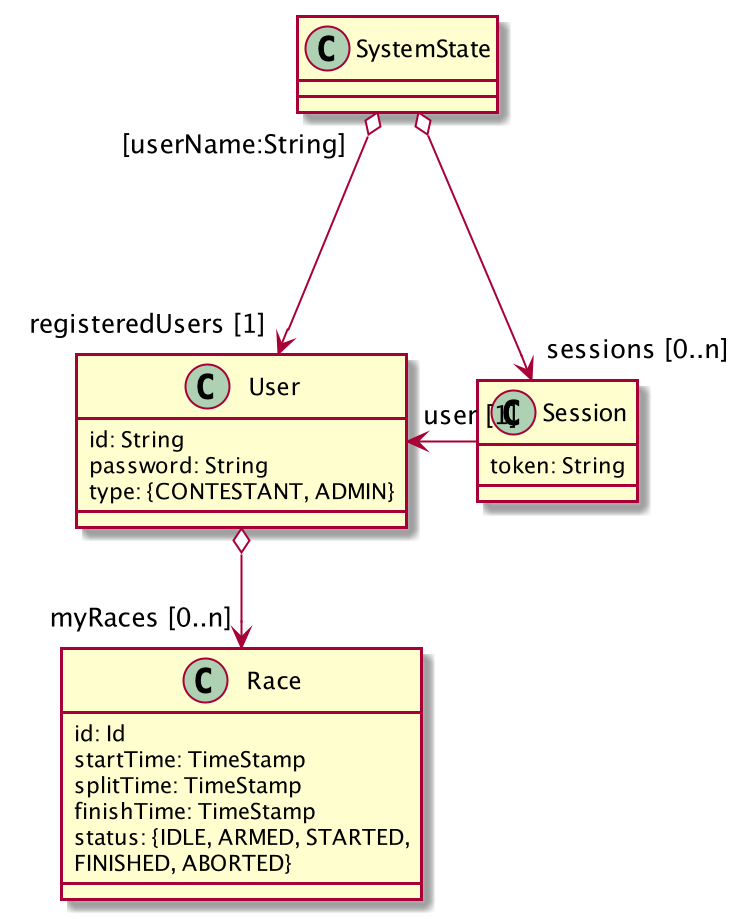
CAG-Contactor/cag-cloud-racing keeps this PlantUML diagram as docs/users_and_sessions.png. Above is the earlier version. Its diagram source:
```plantuml
@startuml

class Session {
  token: String
}

class User {
  id: String
  password: String
  type: {CONTESTANT, ADMIN}
}

class Race {
  id: Id
  startTime: TimeStamp
  splitTime: TimeStamp
  finishTime: TimeStamp
  status: {IDLE, ARMED, STARTED,
  FINISHED, ABORTED}
}

SystemState o--> "sessions [0..n]" Session
SystemState "[userName:String]" o-down--> "registeredUsers [1]" User

Session -left-> "user [1]" User
User o--> "myRaces [0..n]" Race

@enduml
```
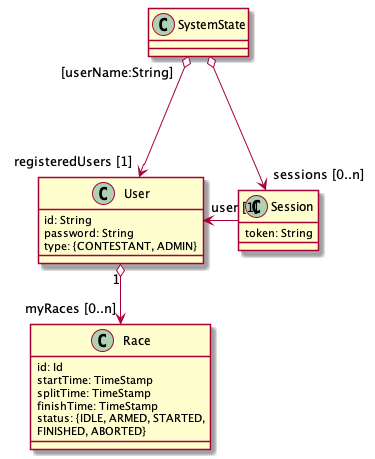
Above is the later version.

What changed in the source:
```diff
@@ -23,6 +23,6 @@
 SystemState "[userName:String]" o-down--> "registeredUsers [1]" User
 
 Session -left-> "user [1]" User
-User o--> "myRaces [0..n]" Race
+User "1" o--> "myRaces [0..n]" Race
 
 @enduml
```
